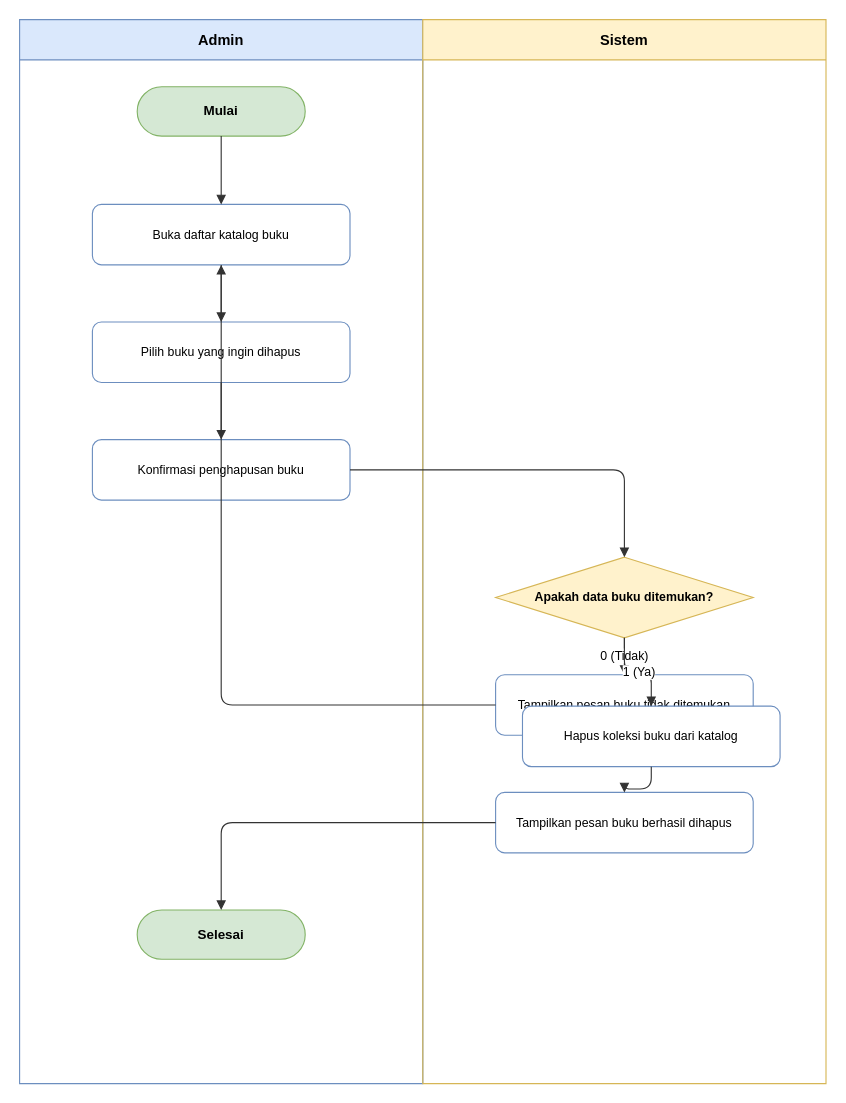
The draw.io diagram docs/diagrams/activity/activity-deletebook.drawio in dimstyle/ruang-baca, before the edit. Source tidied: cells renumbered, new cells numbered last; positions are measured from the earlier drawing's top-left corner, leaving out a move shared by most shapes. Both pictures are drawn from the tidied source at 112%, with x=0, y=0 at pixel (19, 19).
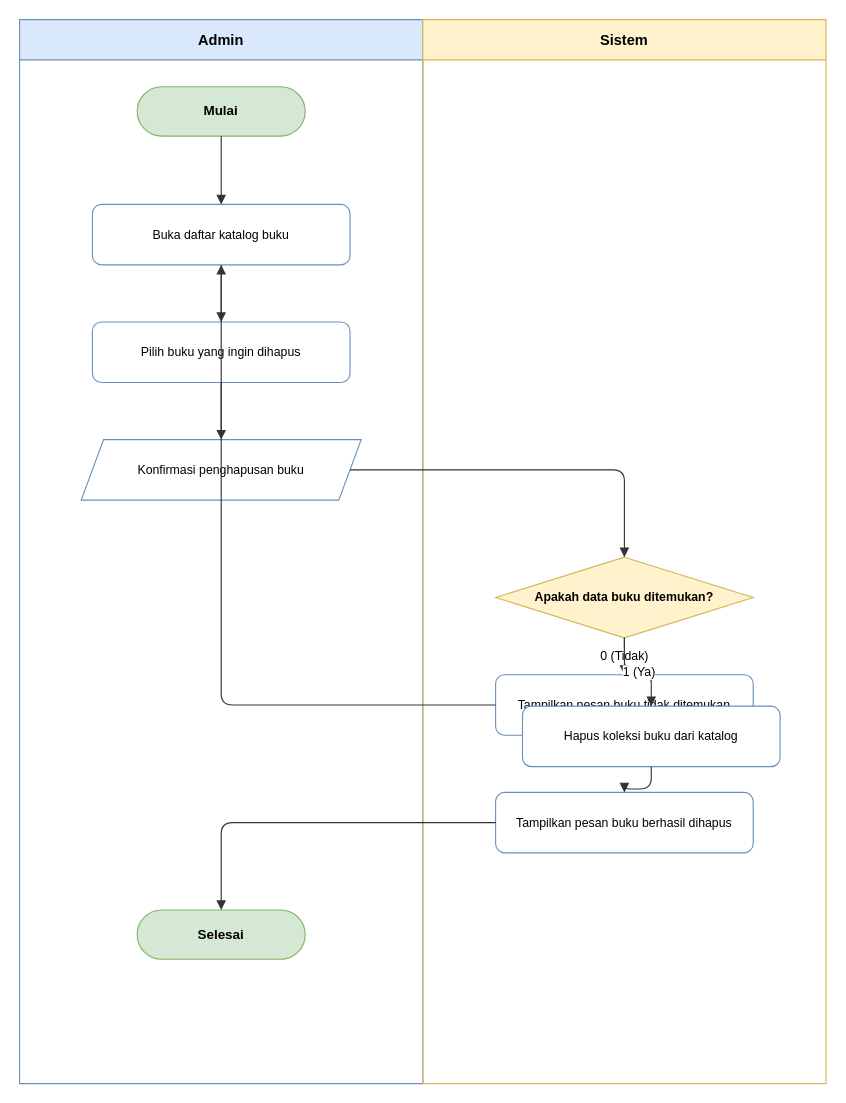
Above is the later version.

The change refers to these unchanged cells:
```xml
<mxCell id="2" value="Admin" style="swimlane;whiteSpace=wrap;html=1;startSize=36;fillColor=#dae8fc;strokeColor=#6c8ebf;fontStyle=1;fontSize=13;" parent="1" vertex="1">
  <mxGeometry width="360" height="950" as="geometry" />
</mxCell>
```

Diff of the diagram source:
```diff
@@
-    <mxCell id="7" value="Konfirmasi penghapusan buku" style="rounded=1;whiteSpace=wrap;html=1;fillColor=#ffffff;strokeColor=#6c8ebf;fontSize=11;" parent="2" vertex="1">
-      <mxGeometry x="65" y="375" width="230" height="54" as="geometry" />
+    <mxCell id="7" value="Konfirmasi penghapusan buku" style="shape=parallelogram;perimeter=parallelogramPerimeter;whiteSpace=wrap;html=1;fixedSize=1;fillColor=#ffffff;strokeColor=#6c8ebf;fontSize=11;" parent="2" vertex="1">
+      <mxGeometry x="55" y="375" width="250" height="54" as="geometry" />
     </mxCell>
```
